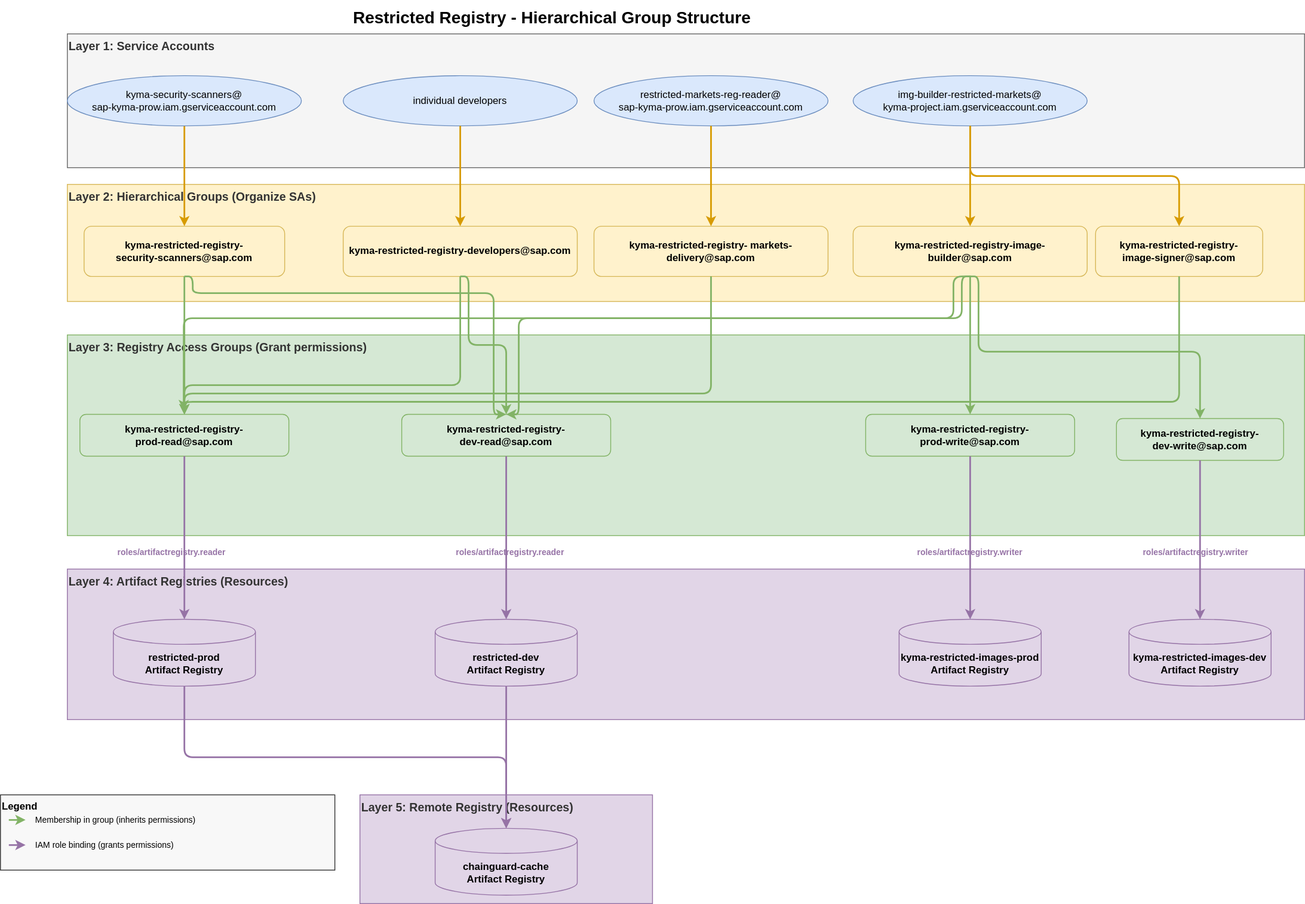
Before: configs/terraform/environments/prod/restricted_groups.drawio.svg, a diagram exported from draw.io (kyma-project/test-infra). Source tidied: cells renumbered, new cells last; positions are measured from the earlier drawing's top-left corner, leaving out a move shared by most shapes.
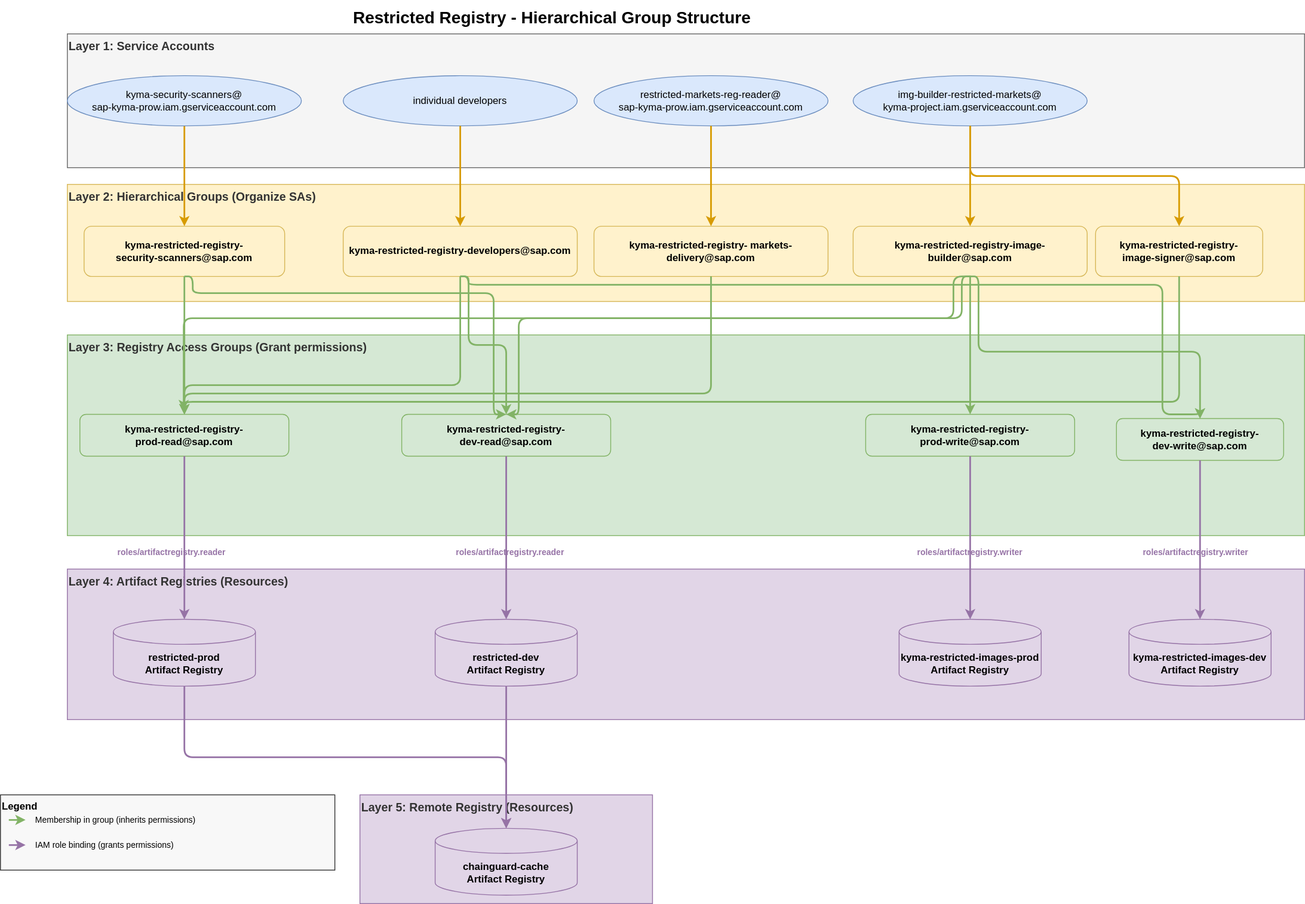
The same diagram one commit later.

Commit message:
Add developers group to dev-write registry access

The edit, as a diff of the source:
```diff
@@ -228,5 +228,17 @@
         </Array>
       </mxGeometry>
     </mxCell>
+    <mxCell id="56" style="endArrow=classic;html=1;strokeWidth=2;strokeColor=#82b366;exitX=0.5;exitY=1;exitDx=0;exitDy=0;entryX=0.5;entryY=0;entryDx=0;entryDy=0;edgeStyle=orthogonalEdgeStyle;" parent="1" edge="1" target="40">
+      <mxGeometry relative="1" as="geometry">
+        <mxPoint x="550" y="330" as="sourcePoint" />
+        <Array as="points">
+          <mxPoint x="560" y="330" />
+          <mxPoint x="560" y="340" />
+          <mxPoint x="1390" y="340" />
+          <mxPoint x="1390" y="495" />
+          <mxPoint x="1435" y="495" />
+        </Array>
+      </mxGeometry>
+    </mxCell>
   </root>
 </mxGraphModel>
```
